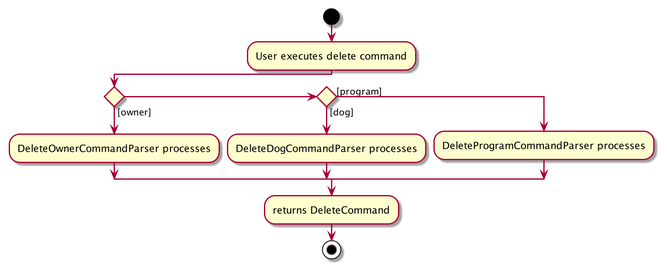
Above: docs/images/DeleteActivityDiagram.png in nus-cs2103-AY2021S2/tp (PlantUML), before the change.
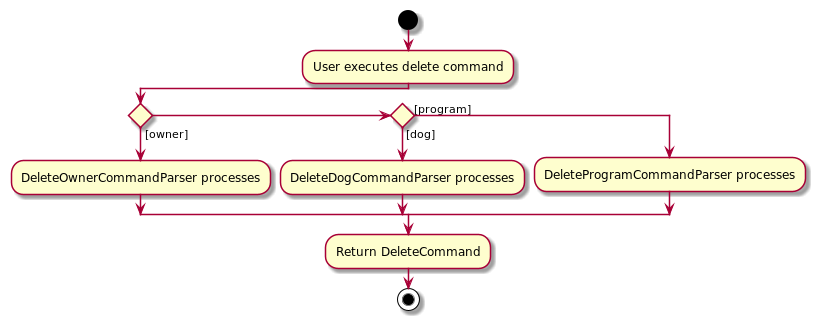
Above is the later version.

Diff of the diagram source:
```diff
@@ -8,7 +8,7 @@
 else ([program])
 :DeleteProgramCommandParser processes;
 endif
-:returns DeleteCommand;
+:Return DeleteCommand;
 stop
 
 @enduml
```
